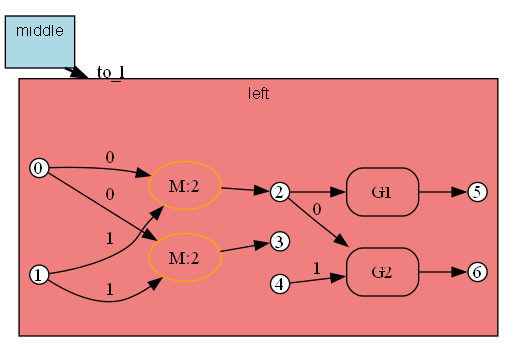
Before: crates/bhyp/images/test_copy_subst_commute/path1_shared_span_for_substitution_to_l.png, a diagram exported from Graphviz (ammatsui/bhypvis). Its source is kept beside it as crates/bhyp/images/test_copy_subst_commute/path1_shared_span_for_substitution_to_l.dot.
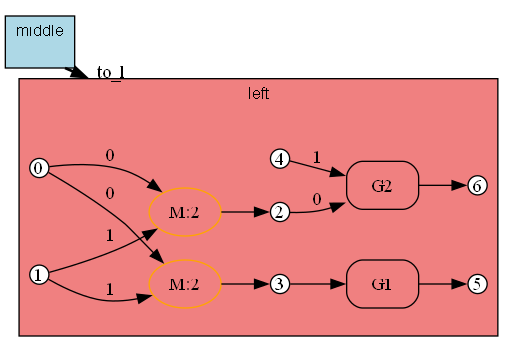
After the change.

The edit, as a diff of the source:
```diff
@@ -22,28 +22,28 @@
     fontname="Helvetica";
     fontsize=12;
 
+    cod_n1 [label="1", shape=circle, style=filled, fillcolor=white, color="black", width=0.2, height=0.2, fixedsize=true];
+    cod_n6 [label="6", shape=circle, style=filled, fillcolor=white, color="black", width=0.2, height=0.2, fixedsize=true];
+    cod_n0 [label="0", shape=circle, style=filled, fillcolor=white, color="black", width=0.2, height=0.2, fixedsize=true];
+    cod_n5 [label="5", shape=circle, style=filled, fillcolor=white, color="black", width=0.2, height=0.2, fixedsize=true];
+    cod_n3 [label="3", shape=circle, style=filled, fillcolor=white, color="black", width=0.2, height=0.2, fixedsize=true];
+    cod_n2 [label="2", shape=circle, style=filled, fillcolor=white, color="black", width=0.2, height=0.2, fixedsize=true];
     cod_n4 [label="4", shape=circle, style=filled, fillcolor=white, color="black", width=0.2, height=0.2, fixedsize=true];
-    cod_n3 [label="3", shape=circle, style=filled, fillcolor=white, color="black", width=0.2, height=0.2, fixedsize=true];
-    cod_n5 [label="5", shape=circle, style=filled, fillcolor=white, color="black", width=0.2, height=0.2, fixedsize=true];
-    cod_n6 [label="6", shape=circle, style=filled, fillcolor=white, color="black", width=0.2, height=0.2, fixedsize=true];
-    cod_n1 [label="1", shape=circle, style=filled, fillcolor=white, color="black", width=0.2, height=0.2, fixedsize=true];
-    cod_n2 [label="2", shape=circle, style=filled, fillcolor=white, color="black", width=0.2, height=0.2, fixedsize=true];
-    cod_n0 [label="0", shape=circle, style=filled, fillcolor=white, color="black", width=0.2, height=0.2, fixedsize=true];
+    cod_e2 [label="G2", shape=box, style=rounded, color="black"];
     cod_e1 [label="M:2", shape=ellipse, style=rounded, color="orange"];
     cod_e0 [label="M:2", shape=ellipse, style=rounded, color="orange"];
     cod_e3 [label="G1", shape=box, style=rounded, color="black"];
-    cod_e2 [label="G2", shape=box, style=rounded, color="black"];
+    cod_n2 -> cod_e2 [label="0"];
+    cod_n4 -> cod_e2 [label="1"];
+    cod_e2 -> cod_n6 [label=""];
     cod_n0 -> cod_e1 [label="0"];
     cod_n1 -> cod_e1 [label="1"];
     cod_e1 -> cod_n3 [label=""];
     cod_n0 -> cod_e0 [label="0"];
     cod_n1 -> cod_e0 [label="1"];
     cod_e0 -> cod_n2 [label=""];
-    cod_n2 -> cod_e3 [label=""];
+    cod_n3 -> cod_e3 [label=""];
     cod_e3 -> cod_n5 [label=""];
-    cod_n2 -> cod_e2 [label="0"];
-    cod_n4 -> cod_e2 [label="1"];
-    cod_e2 -> cod_n6 [label=""];
     cod_anchor [shape=point, width=0, height=0, style=invis];
   }
 
```
